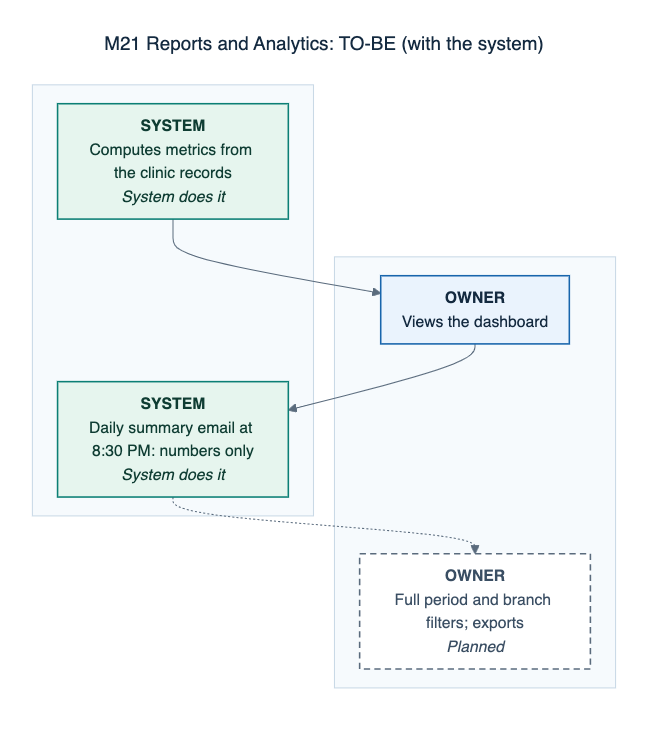
0phem/multibranch-dental-clinic keeps this Mermaid diagram as docs/defense/diagrams/png/M21-reports-analytics-to-be.png. Above is the earlier version. Its source is kept beside it as docs/defense/diagrams/M21-reports-analytics-to-be.mmd.
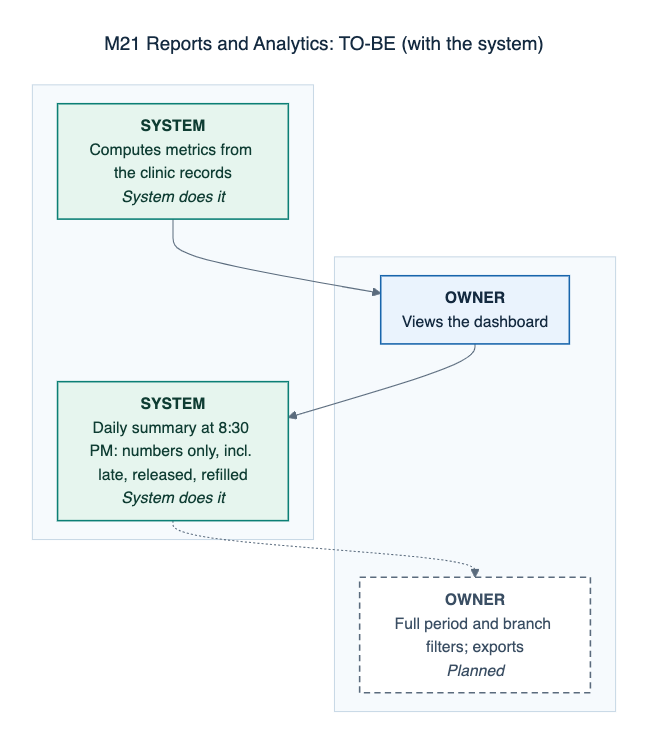
Above is the later version.

Diff of the diagram source:
```diff
@@ -10,7 +10,7 @@
     subgraph L4[" "]
     direction LR
       S0["<b>SYSTEM</b><br/>Computes metrics from the clinic records<br/><i>System does it</i>"]:::auto
-      S2["<b>SYSTEM</b><br/>Daily summary email at 8:30 PM: numbers only<br/><i>System does it</i>"]:::auto
+      S2["<b>SYSTEM</b><br/>Daily summary at 8:30 PM: numbers only, incl. late, released, refilled<br/><i>System does it</i>"]:::auto
     end
     S0 --> S1
     S1 --> S2
```
